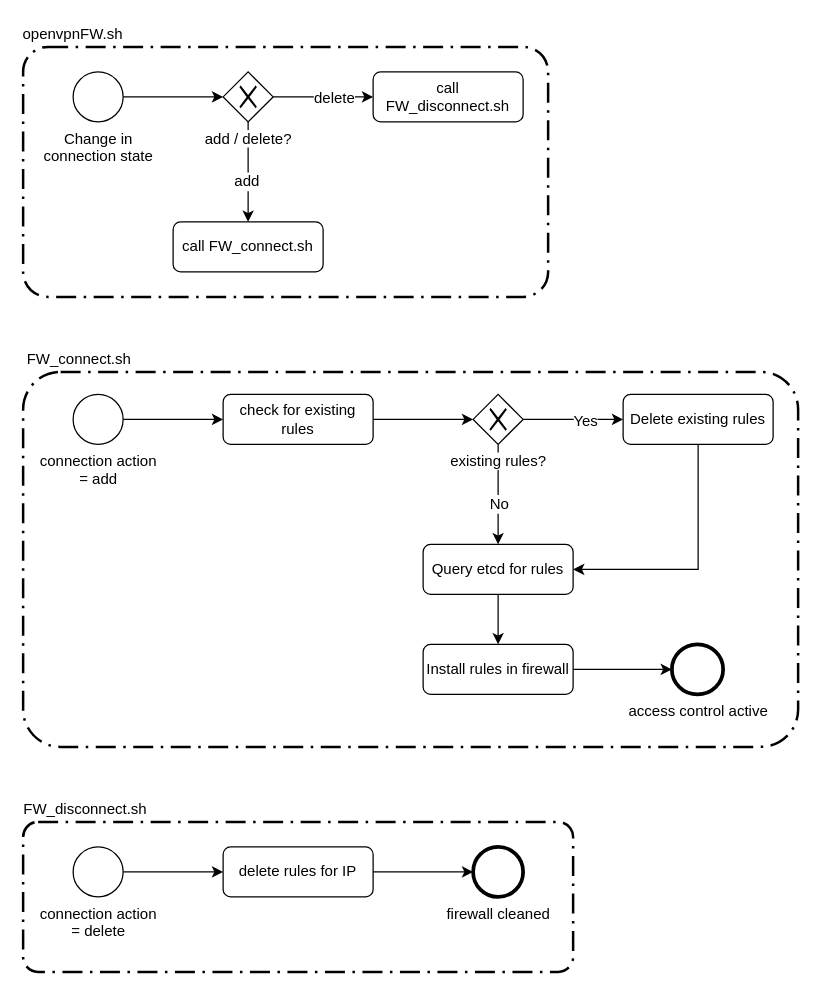
Before: page "Scripts openVPN" (3 of 6) of OVPN Flow.drawio in GlennDeSmedt/GlennDeSmedt.github.io, a draw.io diagram. Source tidied: cells renumbered, new cells numbered last; positions are measured from the earlier drawing's top-left corner, leaving out a move shared by most shapes. Both pictures are drawn from the tidied source at 125%, with x=0, y=0 at pixel (22, 21).
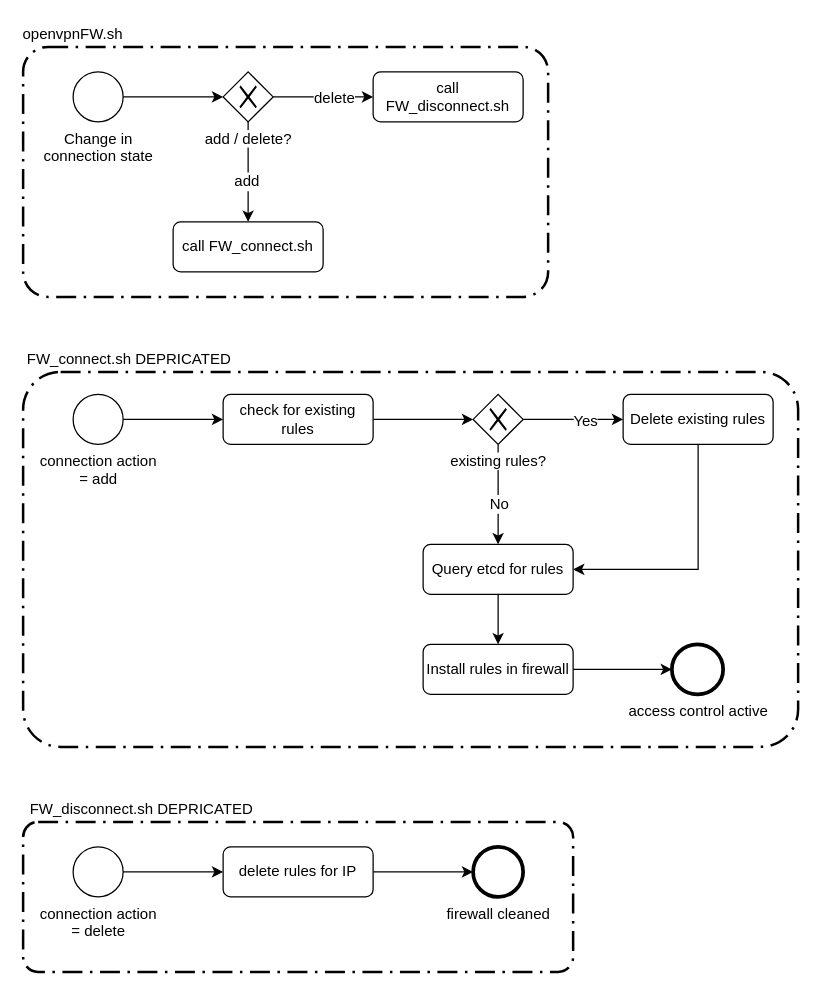
Above is the later version.

What changed in the source:
```diff
@@
-    <mxCell id="15" value="FW_connect.sh" style="text;html=1;strokeColor=none;fillColor=none;align=center;verticalAlign=middle;whiteSpace=wrap;rounded=0;" parent="1" vertex="1">
-      <mxGeometry y="260" width="90" height="20" as="geometry" />
+    <mxCell id="15" value="FW_connect.sh DEPRICATED" style="text;html=1;strokeColor=none;fillColor=none;align=center;verticalAlign=middle;whiteSpace=wrap;rounded=0;" parent="1" vertex="1">
+      <mxGeometry y="260" width="170" height="20" as="geometry" />
     </mxCell>
@@
-    <mxCell id="32" value="FW_disconnect.sh" style="text;html=1;strokeColor=none;fillColor=none;align=center;verticalAlign=middle;whiteSpace=wrap;rounded=0;" parent="1" vertex="1">
-      <mxGeometry y="620" width="100" height="20" as="geometry" />
+    <mxCell id="32" value="FW_disconnect.sh DEPRICATED" style="text;html=1;strokeColor=none;fillColor=none;align=center;verticalAlign=middle;whiteSpace=wrap;rounded=0;" parent="1" vertex="1">
+      <mxGeometry y="620" width="190" height="20" as="geometry" />
     </mxCell>
```
